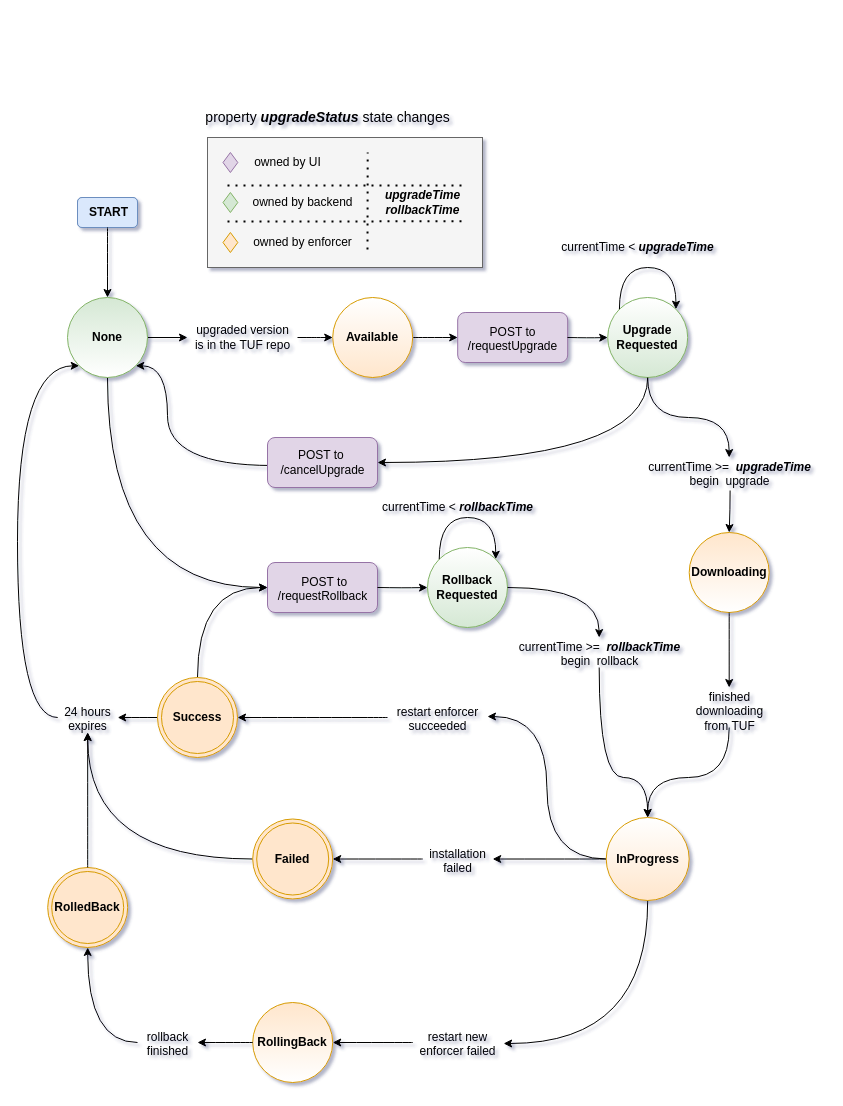
Before: upgradeStatus.drawio in brianonn/drawio, a draw.io diagram. Source tidied: cells renumbered, new cells numbered last; positions are measured from the earlier drawing's top-left corner, leaving out a move shared by most shapes. Both pictures are drawn from the tidied source at 100%, with x=0, y=0 at pixel (17, 107).
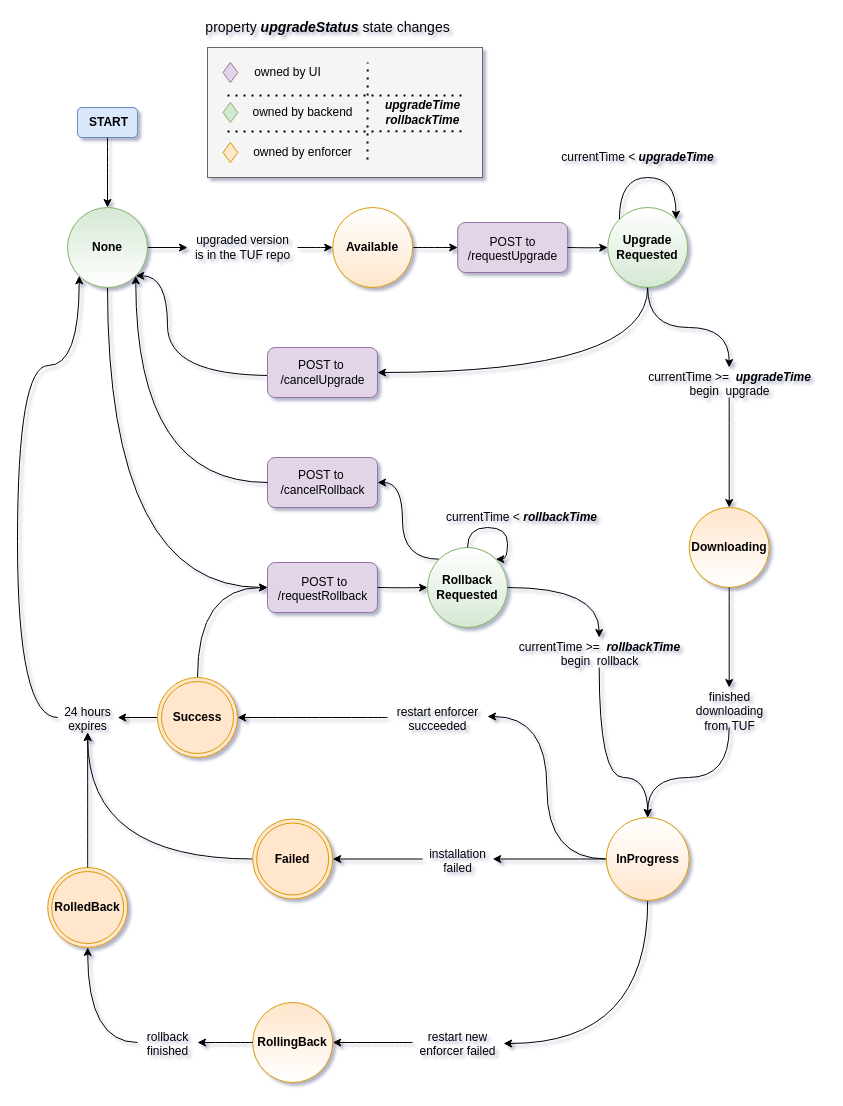
After the change.

Unchanged cells that the change refers to:
```xml
<mxCell id="54" value="POST to&amp;nbsp;&lt;br&gt;/cancelUpgrade" style="text;html=1;align=center;verticalAlign=middle;points=[];" parent="52" vertex="1">
  <mxGeometry x="5" y="10" width="100" height="30" as="geometry" />
</mxCell>
<mxCell id="55" value="&lt;b&gt;Rollback&lt;br&gt;Requested&lt;/b&gt;" style="ellipse;whiteSpace=wrap;html=1;fillColor=#d5e8d4;strokeColor=#82b366;direction=west;gradientColor=#ffffff;" parent="1" vertex="1">
  <mxGeometry x="410" y="440" width="80" height="80" as="geometry" />
</mxCell>
```

What changed in the source:
```diff
@@
     <mxCell id="2" style="group;fillColor=#dae8fc;strokeColor=#6c8ebf;direction=west;rounded=1;glass=0;shadow=0;sketch=0;" parent="1" vertex="1">
-      <mxGeometry x="60" y="90" width="60" height="30" as="geometry" />
+      <mxGeometry x="60" width="60" height="30" as="geometry" />
     </mxCell>
@@
     <mxCell id="6" value="&lt;b&gt;Available&lt;/b&gt;" style="ellipse;whiteSpace=wrap;html=1;fillColor=#ffe6cc;strokeColor=#d79b00;direction=west;gradientColor=#ffffff;" parent="1" vertex="1">
-      <mxGeometry x="315.2" y="190" width="80" height="80" as="geometry" />
+      <mxGeometry x="315.2" y="100" width="80" height="80" as="geometry" />
     </mxCell>
@@
     <mxCell id="8" value="&lt;b&gt;Downloading&lt;/b&gt;" style="ellipse;whiteSpace=wrap;html=1;fillColor=#ffe6cc;strokeColor=#d79b00;direction=east;gradientColor=#ffffff;" parent="1" vertex="1">
-      <mxGeometry x="671.7" y="425" width="80" height="80" as="geometry" />
+      <mxGeometry x="671.7" y="400" width="80" height="80" as="geometry" />
     </mxCell>
-    <mxCell id="9" style="edgeStyle=orthogonalEdgeStyle;curved=1;jettySize=auto;html=1;startArrow=none;startFill=0;endArrow=classic;endFill=1;entryX=0.5;entryY=0;entryDx=0;entryDy=0;exitX=0.495;exitY=-0.1;exitDx=0;exitDy=0;exitPerimeter=0;" parent="1" edge="1" source="29" target="8">
-      <mxGeometry relative="1" as="geometry" />
-    </mxCell>
     <mxCell id="10" style="edgeStyle=orthogonalEdgeStyle;curved=1;jettySize=auto;html=1;exitX=0;exitY=0.6;exitDx=0;exitDy=0;exitPerimeter=0;entryX=1;entryY=1;entryDx=0;entryDy=0;" parent="1" edge="1" source="54" target="25">
       <mxGeometry relative="1" as="geometry">
         <Array as="points">
-          <mxPoint x="150" y="358" />
-          <mxPoint x="150" y="258" />
+          <mxPoint x="150" y="268" />
+          <mxPoint x="150" y="168" />
         </Array>
       </mxGeometry>
     </mxCell>
@@
     <mxCell id="12" value="&lt;b&gt;Upgrade&lt;br&gt;Requested&lt;/b&gt;" style="ellipse;whiteSpace=wrap;html=1;fillColor=#d5e8d4;strokeColor=#82b366;direction=west;gradientColor=#ffffff;" parent="1" vertex="1">
-      <mxGeometry x="590.2" y="190" width="80" height="80" as="geometry" />
+      <mxGeometry x="590.2" y="100" width="80" height="80" as="geometry" />
     </mxCell>
@@
     <mxCell id="25" value="&lt;b&gt;None&lt;/b&gt;" style="ellipse;whiteSpace=wrap;html=1;labelBackgroundColor=none;fillColor=#d5e8d4;strokeColor=#82b366;direction=east;gradientColor=#ffffff;" parent="1" vertex="1">
-      <mxGeometry x="50" y="190" width="80" height="80" as="geometry" />
+      <mxGeometry x="50" y="100" width="80" height="80" as="geometry" />
     </mxCell>
@@
+    <mxCell id="9" style="edgeStyle=orthogonalEdgeStyle;curved=1;rounded=0;jettySize=auto;html=1;entryX=0.5;entryY=0;entryDx=0;entryDy=0;" parent="1" edge="1" source="29" target="8">
+      <mxGeometry relative="1" as="geometry" />
+    </mxCell>
     <mxCell id="29" value="currentTime &amp;gt;=&amp;nbsp; &lt;b&gt;&lt;i&gt;upgradeTime&lt;/i&gt;&lt;/b&gt;&lt;br&gt;begin&amp;nbsp; upgrade" style="text;html=1;points=[];align=center;verticalAlign=top;spacingTop=-4;direction=west;" parent="1" vertex="1">
-      <mxGeometry x="621.7" y="350" width="180" height="30" as="geometry" />
+      <mxGeometry x="621.7" y="260" width="180" height="30" as="geometry" />
     </mxCell>
@@
     <mxCell id="45" value="upgraded version&lt;br&gt;is in the TUF repo" style="text;html=1;align=center;verticalAlign=middle;points=[];" parent="1" vertex="1">
-      <mxGeometry x="170" y="215" width="110" height="30" as="geometry" />
+      <mxGeometry x="170" y="125" width="110" height="30" as="geometry" />
     </mxCell>
     <mxCell id="46" style="edgeStyle=orthogonalEdgeStyle;orthogonalLoop=1;jettySize=auto;html=1;exitX=1;exitY=1;exitDx=0;exitDy=0;entryX=0;entryY=1;entryDx=0;entryDy=0;curved=1;" parent="1" edge="1" source="12" target="12">
       <mxGeometry relative="1" as="geometry">
         <Array as="points">
-          <mxPoint x="602.2" y="160" />
-          <mxPoint x="658.2" y="160" />
+          <mxPoint x="602.2" y="70" />
+          <mxPoint x="658.2" y="70" />
         </Array>
       </mxGeometry>
     </mxCell>
     <mxCell id="47" value="currentTime &amp;lt; &lt;b&gt;&lt;i&gt;upgradeTime&lt;/i&gt;&lt;/b&gt;" style="text;html=1;align=center;verticalAlign=middle;" parent="1" vertex="1">
-      <mxGeometry x="535.2" y="130" width="170" height="20" as="geometry" />
+      <mxGeometry x="535.2" y="40" width="170" height="20" as="geometry" />
     </mxCell>
     <mxCell id="48" style="group;" parent="1" vertex="1">
-      <mxGeometry x="440.2" y="205" width="110" height="50" as="geometry" />
+      <mxGeometry x="440.2" y="115" width="110" height="50" as="geometry" />
     </mxCell>
@@
     <mxCell id="51" style="edgeStyle=orthogonalEdgeStyle;curved=1;jettySize=auto;html=1;entryX=1;entryY=0.5;entryDx=0;entryDy=0;" parent="1" edge="1" target="12">
       <mxGeometry relative="1" as="geometry">
-        <mxPoint x="550" y="230" as="sourcePoint" />
+        <mxPoint x="550" y="140" as="sourcePoint" />
       </mxGeometry>
     </mxCell>
     <mxCell id="52" style="group;" parent="1" vertex="1">
-      <mxGeometry x="250" y="330" width="110" height="50" as="geometry" />
+      <mxGeometry x="250" y="240" width="110" height="50" as="geometry" />
     </mxCell>
@@
+    <mxCell id="78" style="edgeStyle=orthogonalEdgeStyle;curved=1;rounded=0;jettySize=auto;html=1;exitX=1;exitY=1;exitDx=0;exitDy=0;entryX=1;entryY=0.5;entryDx=0;entryDy=0;" parent="1" edge="1" source="55" target="80">
+      <mxGeometry relative="1" as="geometry" />
+    </mxCell>
@@
-    <mxCell id="60" style="edgeStyle=orthogonalEdgeStyle;curved=1;orthogonalLoop=1;jettySize=auto;html=1;exitX=1;exitY=1;exitDx=0;exitDy=0;entryX=0;entryY=1;entryDx=0;entryDy=0;" parent="1" edge="1" source="55" target="55">
-      <mxGeometry relative="1" as="geometry">
-        <Array as="points">
-          <mxPoint x="422" y="410" />
-          <mxPoint x="478" y="410" />
-        </Array>
-      </mxGeometry>
-    </mxCell>
     <mxCell id="61" value="currentTime &amp;lt; &lt;b&gt;&lt;i&gt;rollbackTime&lt;/i&gt;&lt;/b&gt;" style="text;html=1;align=center;verticalAlign=middle;" parent="1" vertex="1">
-      <mxGeometry x="355.2" y="390" width="170" height="20" as="geometry" />
+      <mxGeometry x="418.7" y="400" width="170" height="20" as="geometry" />
     </mxCell>
@@
     <mxCell id="65" style="group;" parent="1" vertex="1">
-      <mxGeometry x="190" y="30" width="275" height="130" as="geometry" />
+      <mxGeometry x="190" y="-60" width="275" height="130" as="geometry" />
     </mxCell>
@@
     <mxCell id="77" value="property &lt;b&gt;&lt;i&gt;upgradeStatus&lt;/i&gt;&lt;/b&gt; state changes" style="text;html=1;align=center;verticalAlign=middle;fontSize=14;" parent="1" vertex="1">
-      <mxGeometry x="180.2" width="260" height="20" as="geometry" />
+      <mxGeometry x="180.2" y="-90" width="260" height="20" as="geometry" />
     </mxCell>
+    <mxCell id="79" style="group;" parent="1" vertex="1">
+      <mxGeometry x="250" y="350" width="110" height="50" as="geometry" />
+    </mxCell>
+    <mxCell id="80" style="rounded=1;whiteSpace=wrap;html=1;fillColor=#e1d5e7;strokeColor=#9673a6;" parent="79" vertex="1">
+      <mxGeometry width="110" height="50" as="geometry" />
+    </mxCell>
+    <mxCell id="81" value="POST to&amp;nbsp;&lt;br&gt;/cancelRollback" style="text;html=1;align=center;verticalAlign=middle;" parent="79" vertex="1">
+      <mxGeometry x="5" y="10" width="100" height="30" as="geometry" />
+    </mxCell>
+    <mxCell id="82" style="edgeStyle=orthogonalEdgeStyle;rounded=0;jettySize=auto;html=1;entryX=1;entryY=1;entryDx=0;entryDy=0;elbow=vertical;curved=1;exitX=0;exitY=0.5;exitDx=0;exitDy=0;" parent="1" edge="1" source="80" target="25">
+      <mxGeometry relative="1" as="geometry" />
+    </mxCell>
+    <mxCell id="60" style="edgeStyle=orthogonalEdgeStyle;curved=1;rounded=0;orthogonalLoop=1;jettySize=auto;html=1;entryX=0;entryY=1;entryDx=0;entryDy=0;" parent="1" edge="1" source="55" target="55">
+      <mxGeometry relative="1" as="geometry">
+        <Array as="points">
+          <mxPoint x="450" y="420" />
+          <mxPoint x="490" y="420" />
+          <mxPoint x="490" y="452" />
+        </Array>
+      </mxGeometry>
+    </mxCell>
```
